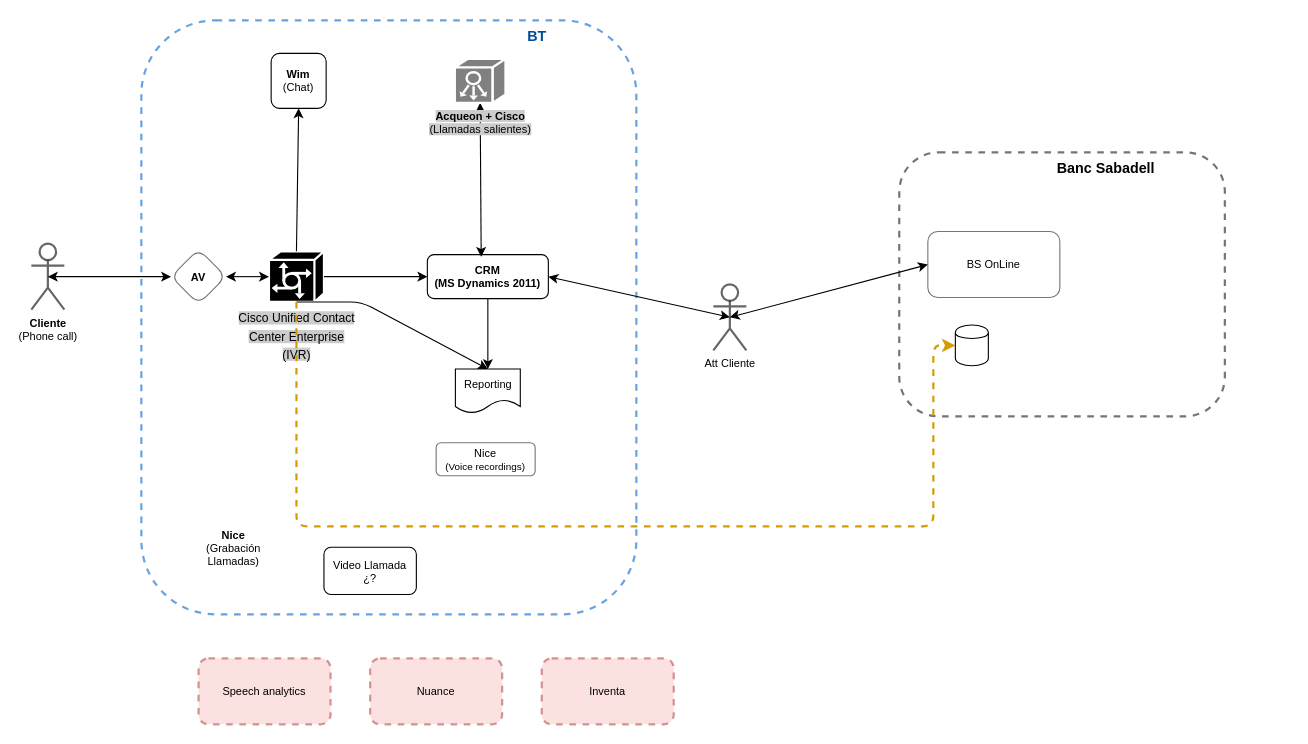
Earlier version of the draw.io diagram page "DiagGral" (1 of 6) of callcenter.drawio (xleyba/bank). Source tidied: cells renumbered, new cells numbered last; positions are measured from the earlier drawing's top-left corner, leaving out a move shared by most shapes. Both pictures are drawn from the tidied source at 110%, with x=0, y=0 at pixel (31, 20).
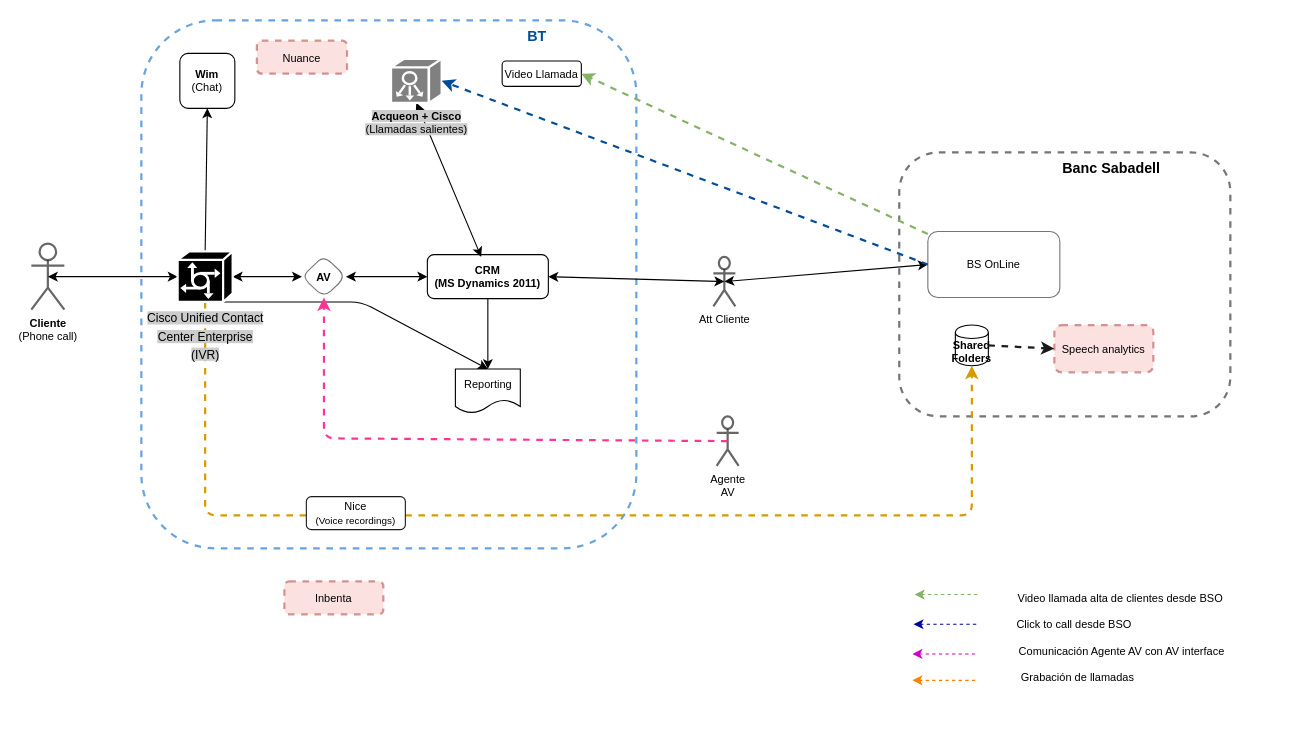
The same page after the edit.

The change refers to these unchanged cells:
```xml
<mxCell id="7" value="&lt;b&gt;CRM&lt;br&gt;(MS Dynamics 2011)&lt;br&gt;&lt;/b&gt;" style="rounded=1;whiteSpace=wrap;html=1;strokeColor=#000000;fillColor=#FFFFFF;fontSize=10;" parent="1" vertex="1">
  <mxGeometry x="360" y="213" width="110" height="40" as="geometry" />
</mxCell>
<mxCell id="18" value="&lt;b&gt;Cliente&lt;/b&gt;&lt;br&gt;(Phone call)" style="shape=umlActor;verticalLabelPosition=bottom;labelBackgroundColor=#ffffff;verticalAlign=top;html=1;outlineConnect=0;rounded=1;strokeColor=#000000;strokeWidth=2;fillColor=#FFFFFF;fontSize=10;fontColor=#000000;opacity=60;" parent="1" vertex="1">
  <mxGeometry y="203" width="30" height="60" as="geometry" />
</mxCell>
<mxCell id="22" value="BS OnLine" style="rounded=1;whiteSpace=wrap;html=1;strokeColor=#1A1A1A;strokeWidth=1;fillColor=#FFFFFF;fontSize=10;fontColor=#000000;opacity=60;" parent="1" vertex="1">
  <mxGeometry x="815" y="192" width="120" height="60" as="geometry" />
</mxCell>
```

Change to the diagram source:
```diff
@@
+    <mxCell id="20" value="&lt;blockquote style=&quot;margin: 0 0 0 40px ; border: none ; padding: 0px&quot;&gt;&lt;blockquote style=&quot;margin: 0 0 0 40px ; border: none ; padding: 0px&quot;&gt;&lt;span style=&quot;font-size: 13px&quot;&gt;&lt;b&gt;Banc Sabadell&amp;nbsp; &amp;nbsp; &amp;nbsp; &amp;nbsp; &amp;nbsp; &amp;nbsp; &amp;nbsp; &amp;nbsp; &amp;nbsp;&lt;/b&gt;&lt;/span&gt;&lt;/blockquote&gt;&lt;/blockquote&gt;" style="rounded=1;whiteSpace=wrap;html=1;strokeColor=#1A1A1A;fillColor=#FFFFFF;fontSize=10;align=right;verticalAlign=top;dashed=1;fontColor=#000000;strokeWidth=2;opacity=60;" parent="1" vertex="1">
+      <mxGeometry x="789" y="120" width="301" height="240" as="geometry" />
+    </mxCell>
     <mxCell id="2" value="&lt;blockquote style=&quot;margin: 0 0 0 40px ; border: none ; padding: 0px&quot;&gt;&lt;blockquote style=&quot;margin: 0 0 0 40px ; border: none ; padding: 0px&quot;&gt;&lt;span style=&quot;font-size: 13px&quot;&gt;&lt;b&gt;&amp;nbsp; BT&amp;nbsp; &amp;nbsp; &amp;nbsp; &amp;nbsp; &amp;nbsp; &amp;nbsp; &amp;nbsp; &amp;nbsp; &amp;nbsp; &amp;nbsp; &amp;nbsp;&amp;nbsp;&lt;/b&gt;&lt;/span&gt;&lt;/blockquote&gt;&lt;/blockquote&gt;" style="rounded=1;whiteSpace=wrap;html=1;strokeColor=#0066CC;fillColor=#FFFFFF;fontSize=10;align=right;verticalAlign=top;dashed=1;fontColor=#004C99;strokeWidth=2;opacity=60;" parent="1" vertex="1">
-      <mxGeometry x="100" width="450" height="540" as="geometry" />
+      <mxGeometry x="100" width="450" height="480" as="geometry" />
     </mxCell>
-    <mxCell id="3" value="&lt;span style=&quot;line-height: 150% ; font-size: 11px&quot;&gt;&lt;span style=&quot;background-color: rgb(204 , 204 , 204)&quot;&gt;Cisco Unified Contact &lt;br&gt;Center Enterprise&lt;br&gt;(IVR)&lt;/span&gt;&lt;br&gt;&lt;/span&gt;" style="shape=mxgraph.cisco.servers.communications_server;html=1;dashed=0;fillColor=#000000;strokeColor=#ffffff;strokeWidth=2;verticalLabelPosition=bottom;verticalAlign=top;align=center;outlineConnect=0;" parent="1" vertex="1">
-      <mxGeometry x="216" y="210" width="50" height="46" as="geometry" />
-    </mxCell>
-    <mxCell id="4" value="&lt;b&gt;Nice&lt;/b&gt;&lt;br style=&quot;font-size: 10px&quot;&gt;(Grabación&lt;br style=&quot;font-size: 10px&quot;&gt;Llamadas)" style="text;html=1;strokeColor=none;fillColor=none;align=center;verticalAlign=middle;whiteSpace=wrap;rounded=0;fontSize=10;" parent="1" vertex="1">
-      <mxGeometry x="164" y="470" width="40" height="20" as="geometry" />
-    </mxCell>
     <mxCell id="5" value="&lt;b&gt;Wim&lt;/b&gt;&lt;br&gt;(Chat)" style="whiteSpace=wrap;html=1;fillColor=#FFFFFF;fontSize=10;strokeColor=#000000;rounded=1;" parent="1" vertex="1">
-      <mxGeometry x="218" y="30" width="50" height="50" as="geometry" />
+      <mxGeometry x="135" y="30" width="50" height="50" as="geometry" />
     </mxCell>
@@
-    <mxCell id="8" style="endArrow=classic;html=1;fontSize=10;exitX=1;exitY=0.5;exitDx=0;exitDy=0;exitPerimeter=0;entryX=0;entryY=0.5;entryDx=0;entryDy=0;" parent="1" edge="1" source="3" target="7">
-      <mxGeometry relative="1" as="geometry" />
-    </mxCell>
@@
     <mxCell id="10" value="&lt;span style=&quot;background-color: rgb(204 , 204 , 204)&quot;&gt;&lt;b&gt;Acqueon + Cisco&lt;/b&gt;&lt;br&gt;(Llamadas salientes)&lt;/span&gt;" style="shape=mxgraph.cisco.controllers_and_modules.system_controller;html=1;dashed=0;fillColor=#808080;strokeColor=#ffffff;strokeWidth=2;verticalLabelPosition=bottom;verticalAlign=top;align=center;outlineConnect=0;rounded=1;fontSize=10;" parent="1" vertex="1">
-      <mxGeometry x="385" y="35" width="46" height="40" as="geometry" />
+      <mxGeometry x="327" y="35" width="46" height="40" as="geometry" />
     </mxCell>
@@
-    <mxCell id="14" value="Video Llamada&lt;br&gt;¿?" style="rounded=1;whiteSpace=wrap;html=1;strokeColor=#000000;fillColor=#FFFFFF;fontSize=10;" parent="1" vertex="1">
-      <mxGeometry x="266" y="479" width="84" height="43" as="geometry" />
+    <mxCell id="14" value="Video Llamada" style="rounded=1;whiteSpace=wrap;html=1;strokeColor=#000000;fillColor=#FFFFFF;fontSize=10;" parent="1" vertex="1">
+      <mxGeometry x="428" y="37" width="72" height="23" as="geometry" />
     </mxCell>
-    <mxCell id="15" value="Inventa" style="rounded=1;whiteSpace=wrap;html=1;dashed=1;strokeColor=#b85450;strokeWidth=2;fillColor=#f8cecc;fontSize=10;opacity=60;" parent="1" vertex="1">
-      <mxGeometry x="464" y="580" width="120" height="60" as="geometry" />
+    <mxCell id="15" value="Inbenta" style="rounded=1;whiteSpace=wrap;html=1;dashed=1;strokeColor=#b85450;strokeWidth=2;fillColor=#f8cecc;fontSize=10;opacity=60;" parent="1" vertex="1">
+      <mxGeometry x="230" y="510" width="90" height="30" as="geometry" />
     </mxCell>
     <mxCell id="16" value="Nuance" style="rounded=1;whiteSpace=wrap;html=1;dashed=1;strokeColor=#b85450;strokeWidth=2;fillColor=#f8cecc;fontSize=10;opacity=60;" parent="1" vertex="1">
-      <mxGeometry x="308" y="580" width="120" height="60" as="geometry" />
+      <mxGeometry x="205" y="18.5" width="82" height="30" as="geometry" />
     </mxCell>
-    <mxCell id="17" value="Speech analytics" style="rounded=1;whiteSpace=wrap;html=1;dashed=1;strokeColor=#b85450;strokeWidth=2;fillColor=#f8cecc;fontSize=10;opacity=60;" parent="1" vertex="1">
-      <mxGeometry x="152" y="580" width="120" height="60" as="geometry" />
-    </mxCell>
@@
     <mxCell id="19" value="Att Cliente" style="shape=umlActor;verticalLabelPosition=bottom;labelBackgroundColor=#ffffff;verticalAlign=top;html=1;outlineConnect=0;rounded=1;strokeColor=#000000;strokeWidth=2;fillColor=#FFFFFF;fontSize=10;fontColor=#000000;opacity=60;" parent="1" vertex="1">
-      <mxGeometry x="620" y="240" width="30" height="60" as="geometry" />
+      <mxGeometry x="620" y="215" width="20" height="45" as="geometry" />
     </mxCell>
-    <mxCell id="20" value="&lt;blockquote style=&quot;margin: 0 0 0 40px ; border: none ; padding: 0px&quot;&gt;&lt;blockquote style=&quot;margin: 0 0 0 40px ; border: none ; padding: 0px&quot;&gt;&lt;span style=&quot;font-size: 13px&quot;&gt;&lt;b&gt;Banc Sabadell&amp;nbsp; &amp;nbsp; &amp;nbsp; &amp;nbsp; &amp;nbsp; &amp;nbsp; &amp;nbsp; &amp;nbsp; &amp;nbsp;&lt;/b&gt;&lt;/span&gt;&lt;/blockquote&gt;&lt;/blockquote&gt;" style="rounded=1;whiteSpace=wrap;html=1;strokeColor=#1A1A1A;fillColor=#FFFFFF;fontSize=10;align=right;verticalAlign=top;dashed=1;fontColor=#000000;strokeWidth=2;opacity=60;" parent="1" vertex="1">
-      <mxGeometry x="789" y="120" width="296" height="240" as="geometry" />
-    </mxCell>
@@
-    <mxCell id="24" style="endArrow=classic;startArrow=classic;html=1;fontSize=10;fontColor=#000000;entryX=0;entryY=0.5;entryDx=0;entryDy=0;entryPerimeter=0;" parent="1" edge="1" source="28" target="3">
-      <mxGeometry relative="1" as="geometry" />
-    </mxCell>
-    <mxCell id="25" value="Nice&lt;br&gt;&lt;font style=&quot;font-size: 9px&quot;&gt;(Voice recordings)&lt;/font&gt;" style="rounded=1;whiteSpace=wrap;html=1;strokeColor=#1A1A1A;strokeWidth=1;fillColor=#FFFFFF;fontSize=10;fontColor=#000000;opacity=60;" parent="1" vertex="1">
-      <mxGeometry x="368" y="384" width="90" height="30" as="geometry" />
-    </mxCell>
     <mxCell id="26" style="edgeStyle=segmentEdgeStyle;endArrow=classic;html=1;fontSize=10;fontColor=#000000;exitX=0.5;exitY=1;exitDx=0;exitDy=0;exitPerimeter=0;fillColor=#ffe6cc;strokeColor=#d79b00;dashed=1;strokeWidth=2;" parent="1" edge="1" source="3" target="27">
       <mxGeometry relative="1" as="geometry">
         <Array as="points">
-          <mxPoint x="241" y="460" />
-          <mxPoint x="820" y="460" />
+          <mxPoint x="158" y="450" />
+          <mxPoint x="855" y="450" />
         </Array>
       </mxGeometry>
     </mxCell>
-    <mxCell id="27" style="shape=cylinder;whiteSpace=wrap;html=1;boundedLbl=1;backgroundOutline=1;" parent="1" vertex="1">
+    <mxCell id="27" value="Shared&lt;br style=&quot;font-size: 10px;&quot;&gt;Folders" style="shape=cylinder;whiteSpace=wrap;html=1;boundedLbl=1;backgroundOutline=1;fontSize=10;fontStyle=1;" parent="1" vertex="1">
       <mxGeometry x="840" y="277" width="30" height="37" as="geometry" />
     </mxCell>
     <mxCell id="28" value="&lt;b&gt;AV&lt;/b&gt;" style="rhombus;whiteSpace=wrap;html=1;rounded=1;strokeColor=#1A1A1A;strokeWidth=1;fillColor=#FFFFFF;fontSize=10;fontColor=#000000;opacity=60;" parent="1" vertex="1">
-      <mxGeometry x="127" y="208" width="50" height="50" as="geometry" />
+      <mxGeometry x="246" y="214" width="40" height="38" as="geometry" />
     </mxCell>
-    <mxCell id="29" style="endArrow=classic;startArrow=classic;html=1;fontSize=10;fontColor=#000000;exitX=0.5;exitY=0.5;exitDx=0;exitDy=0;exitPerimeter=0;entryX=0;entryY=0.5;entryDx=0;entryDy=0;entryPerimeter=0;" parent="1" edge="1" source="18" target="28">
+    <mxCell id="29" style="endArrow=classic;startArrow=classic;html=1;fontSize=10;fontColor=#000000;exitX=0.5;exitY=0.5;exitDx=0;exitDy=0;exitPerimeter=0;entryX=0;entryY=0.5;entryDx=0;entryDy=0;entryPerimeter=0;" parent="1" edge="1" source="18" target="3">
       <mxGeometry relative="1" as="geometry" />
     </mxCell>
+    <mxCell id="30" style="endArrow=classic;startArrow=classic;html=1;exitX=1;exitY=0.5;exitDx=0;exitDy=0;exitPerimeter=0;entryX=0;entryY=0.5;entryDx=0;entryDy=0;" parent="1" edge="1" source="3" target="28">
+      <mxGeometry relative="1" as="geometry" />
+    </mxCell>
+    <mxCell id="31" style="endArrow=classic;startArrow=classic;html=1;exitX=1;exitY=0.5;exitDx=0;exitDy=0;entryX=0;entryY=0.5;entryDx=0;entryDy=0;" parent="1" edge="1" source="28" target="7">
+      <mxGeometry relative="1" as="geometry" />
+    </mxCell>
+    <mxCell id="25" value="Nice&lt;br&gt;&lt;font style=&quot;font-size: 9px&quot;&gt;(Voice recordings)&lt;/font&gt;" style="rounded=1;whiteSpace=wrap;html=1;strokeColor=#1A1A1A;strokeWidth=1;fillColor=#FFFFFF;fontSize=10;fontColor=#000000;" parent="1" vertex="1">
+      <mxGeometry x="250" y="433" width="90" height="30" as="geometry" />
+    </mxCell>
+    <mxCell id="32" style="endArrow=classic;html=1;entryX=1;entryY=0.5;entryDx=0;entryDy=0;dashed=1;fillColor=#d5e8d4;strokeColor=#82b366;strokeWidth=2;" parent="1" edge="1" source="22" target="14">
+      <mxGeometry relative="1" as="geometry" />
+    </mxCell>
+    <mxCell id="33" style="endArrow=classic;html=1;dashed=1;fillColor=#d5e8d4;strokeColor=#82b366;strokeWidth=1;" parent="1" edge="1">
+      <mxGeometry relative="1" as="geometry">
+        <mxPoint x="860" y="522" as="sourcePoint" />
+        <mxPoint x="803" y="522" as="targetPoint" />
+      </mxGeometry>
+    </mxCell>
+    <mxCell id="34" style="endArrow=classic;html=1;entryX=1;entryY=0.5;entryDx=0;entryDy=0;dashed=1;fillColor=#d5e8d4;strokeColor=#004C99;strokeWidth=2;entryPerimeter=0;exitX=0;exitY=0.5;exitDx=0;exitDy=0;" parent="1" edge="1" source="22" target="10">
+      <mxGeometry relative="1" as="geometry" />
+    </mxCell>
+    <mxCell id="35" style="endArrow=classic;html=1;dashed=1;fillColor=#d5e8d4;strokeColor=#000099;strokeWidth=1;" parent="1" edge="1">
+      <mxGeometry relative="1" as="geometry">
+        <mxPoint x="859" y="549" as="sourcePoint" />
+        <mxPoint x="802" y="549" as="targetPoint" />
+      </mxGeometry>
+    </mxCell>
+    <mxCell id="36" value="Agente&lt;br&gt;AV" style="shape=umlActor;verticalLabelPosition=bottom;labelBackgroundColor=#ffffff;verticalAlign=top;html=1;outlineConnect=0;rounded=1;strokeColor=#000000;strokeWidth=2;fillColor=#FFFFFF;fontSize=10;fontColor=#000000;opacity=60;" parent="1" vertex="1">
+      <mxGeometry x="623" y="360" width="20" height="45" as="geometry" />
+    </mxCell>
+    <mxCell id="37" style="endArrow=classic;html=1;entryX=0.5;entryY=1;entryDx=0;entryDy=0;dashed=1;fillColor=#d5e8d4;strokeColor=#FF3399;strokeWidth=2;exitX=0.5;exitY=0.5;exitDx=0;exitDy=0;exitPerimeter=0;" parent="1" edge="1" source="36" target="28">
+      <mxGeometry relative="1" as="geometry">
+        <Array as="points">
+          <mxPoint x="266" y="380" />
+        </Array>
+      </mxGeometry>
+    </mxCell>
+    <mxCell id="38" style="endArrow=classic;html=1;dashed=1;fillColor=#d5e8d4;strokeColor=#CC00CC;strokeWidth=1;" parent="1" edge="1">
+      <mxGeometry relative="1" as="geometry">
+        <mxPoint x="858" y="576" as="sourcePoint" />
+        <mxPoint x="801" y="576" as="targetPoint" />
+      </mxGeometry>
+    </mxCell>
+    <mxCell id="17" value="Speech analytics" style="rounded=1;whiteSpace=wrap;html=1;dashed=1;strokeColor=#b85450;strokeWidth=2;fillColor=#f8cecc;fontSize=10;opacity=60;" parent="1" vertex="1">
+      <mxGeometry x="930" y="277" width="90" height="43" as="geometry" />
+    </mxCell>
+    <mxCell id="39" style="endArrow=classic;html=1;dashed=1;strokeColor=#1A1A1A;strokeWidth=2;fontSize=10;entryX=0;entryY=0.5;entryDx=0;entryDy=0;exitX=1;exitY=0.5;exitDx=0;exitDy=0;" parent="1" edge="1" source="27" target="17">
+      <mxGeometry relative="1" as="geometry" />
+    </mxCell>
+    <mxCell id="40" value="Video llamada alta de clientes desde BSO" style="text;html=1;strokeColor=none;fillColor=none;align=left;verticalAlign=middle;whiteSpace=wrap;rounded=0;fontSize=10;" parent="1" vertex="1">
+      <mxGeometry x="895" y="515" width="245" height="20" as="geometry" />
+    </mxCell>
+    <mxCell id="41" value="Click to call desde BSO" style="text;html=1;strokeColor=none;fillColor=none;align=left;verticalAlign=middle;whiteSpace=wrap;rounded=0;fontSize=10;" parent="1" vertex="1">
+      <mxGeometry x="894" y="539" width="245" height="20" as="geometry" />
+    </mxCell>
+    <mxCell id="42" value="Comunicación Agente AV con AV interface" style="text;html=1;strokeColor=none;fillColor=none;align=left;verticalAlign=middle;whiteSpace=wrap;rounded=0;fontSize=10;" parent="1" vertex="1">
+      <mxGeometry x="896" y="563" width="245" height="20" as="geometry" />
+    </mxCell>
+    <mxCell id="43" style="endArrow=classic;html=1;dashed=1;fillColor=#d5e8d4;strokeColor=#FF8000;strokeWidth=1;" parent="1" edge="1">
+      <mxGeometry relative="1" as="geometry">
+        <mxPoint x="858" y="600" as="sourcePoint" />
+        <mxPoint x="801" y="600" as="targetPoint" />
+      </mxGeometry>
+    </mxCell>
+    <mxCell id="44" value="Grabación de llamadas" style="text;html=1;strokeColor=none;fillColor=none;align=left;verticalAlign=middle;whiteSpace=wrap;rounded=0;fontSize=10;" parent="1" vertex="1">
+      <mxGeometry x="898" y="587" width="245" height="20" as="geometry" />
+    </mxCell>
+    <mxCell id="3" value="&lt;span style=&quot;line-height: 150% ; font-size: 11px&quot;&gt;&lt;span style=&quot;background-color: rgb(204 , 204 , 204)&quot;&gt;Cisco Unified Contact &lt;br&gt;Center Enterprise&lt;br&gt;(IVR)&lt;/span&gt;&lt;br&gt;&lt;/span&gt;" style="shape=mxgraph.cisco.servers.communications_server;html=1;dashed=0;fillColor=#000000;strokeColor=#ffffff;strokeWidth=2;verticalLabelPosition=bottom;verticalAlign=top;align=center;outlineConnect=0;" parent="1" vertex="1">
+      <mxGeometry x="133" y="210" width="50" height="46" as="geometry" />
+    </mxCell>
```
